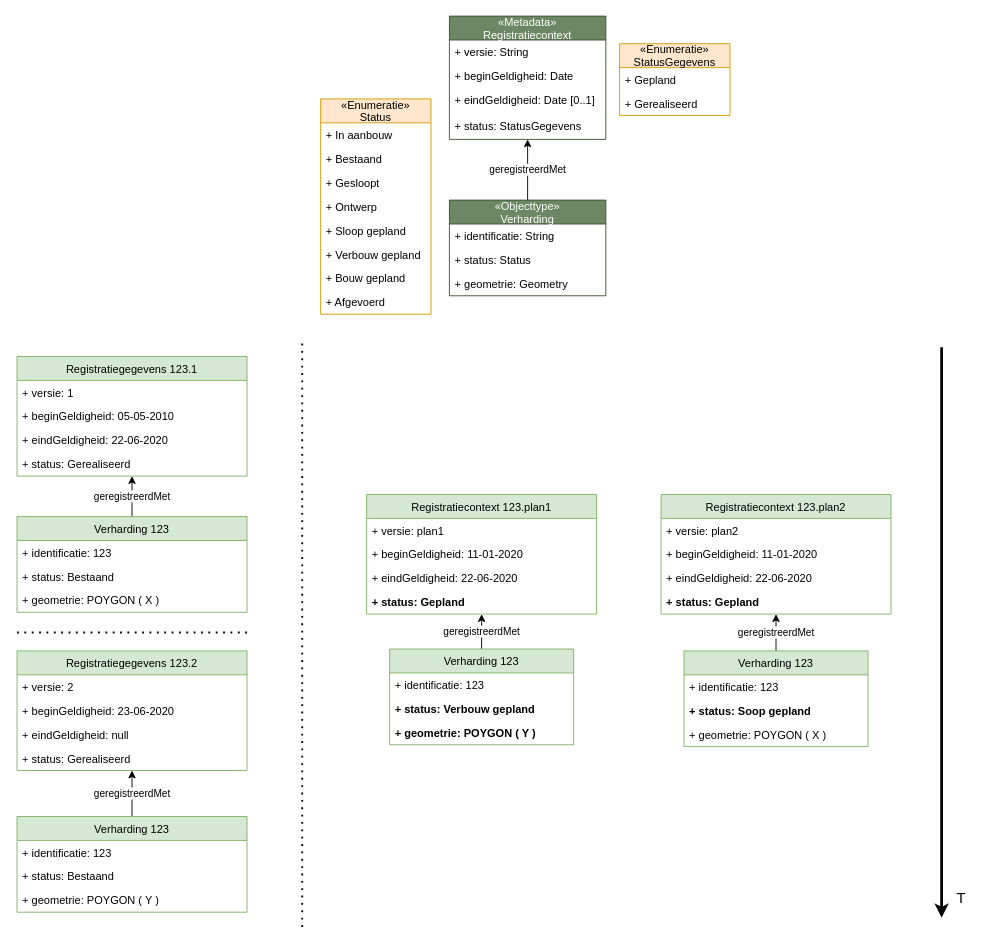
Before: issues/15-levensfasen/uitwerkingen/4-plan-als-context-info/4-plan-als-context-info.drawio in Geonovum/disgeo-imsor, a draw.io diagram. Source tidied: cells renumbered, new cells numbered last; positions are measured from the earlier drawing's top-left corner, leaving out a move shared by most shapes. Both pictures are drawn from the tidied source at 92%, with x=0, y=0 at pixel (17, 16).
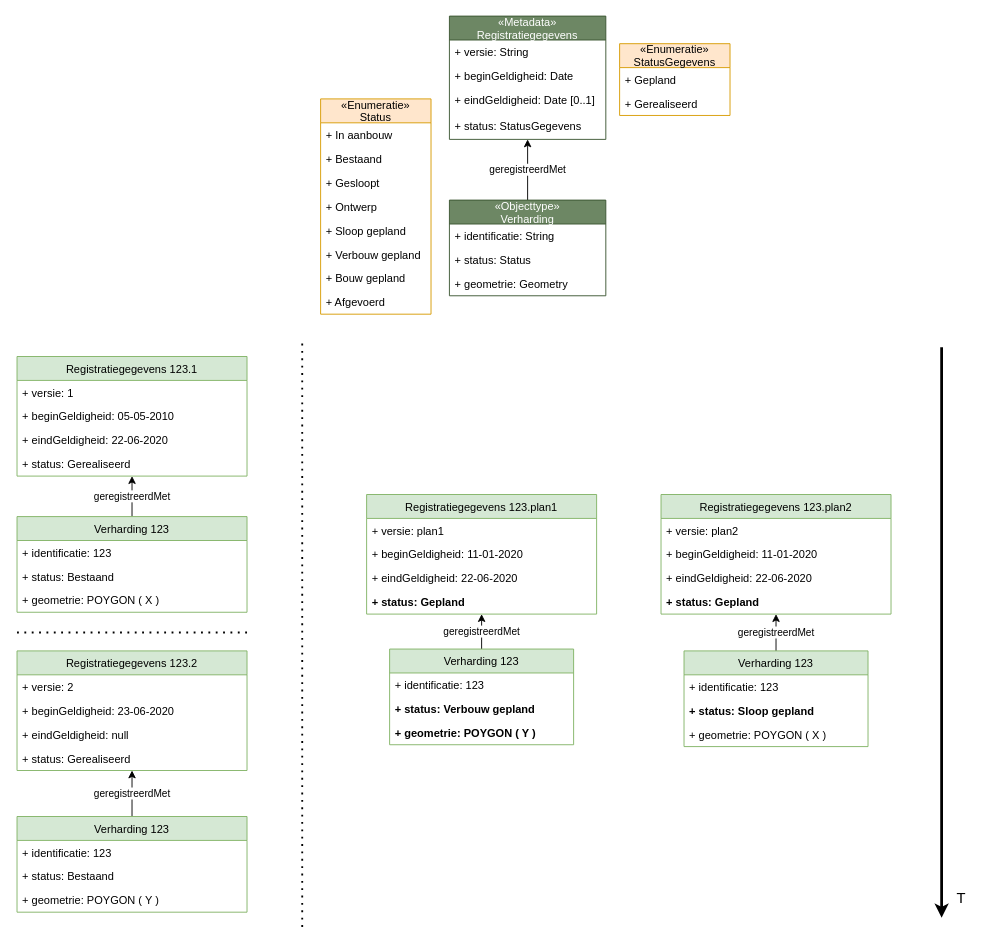
After the change.

The change refers to these unchanged cells:
```xml
<mxCell id="61" value="Verharding 123" style="swimlane;fontStyle=0;horizontal=1;startSize=26;fillColor=#d5e8d4;strokeColor=#82b366;" parent="1" vertex="1">
  <mxGeometry x="725" y="690" width="200" height="104" as="geometry" />
</mxCell>
```

Change to the diagram source:
```diff
@@
-    <mxCell id="7" value="«Metadata»&#10;Registratiecontext" style="swimlane;fontStyle=0;horizontal=1;startSize=26;fillColor=#6d8764;strokeColor=#3A5431;fontColor=#ffffff;" parent="1" vertex="1">
+    <mxCell id="7" value="«Metadata»&#10;Registratiegegevens" style="swimlane;fontStyle=0;horizontal=1;startSize=26;fillColor=#6d8764;strokeColor=#3A5431;fontColor=#ffffff;" parent="1" vertex="1">
       <mxGeometry x="470" width="170" height="134" as="geometry" />
     </mxCell>
@@
-    <mxCell id="50" value="Registratiecontext 123.plan1" style="swimlane;fontStyle=0;horizontal=1;startSize=26;fillColor=#d5e8d4;strokeColor=#82b366;" parent="1" vertex="1">
+    <mxCell id="50" value="Registratiegegevens 123.plan1" style="swimlane;fontStyle=0;horizontal=1;startSize=26;fillColor=#d5e8d4;strokeColor=#82b366;" parent="1" vertex="1">
       <mxGeometry x="380" y="520" width="250" height="130" as="geometry" />
     </mxCell>
@@
-    <mxCell id="55" value="Registratiecontext 123.plan2" style="swimlane;fontStyle=0;horizontal=1;startSize=26;fillColor=#d5e8d4;strokeColor=#82b366;" parent="1" vertex="1">
+    <mxCell id="55" value="Registratiegegevens 123.plan2" style="swimlane;fontStyle=0;horizontal=1;startSize=26;fillColor=#d5e8d4;strokeColor=#82b366;" parent="1" vertex="1">
       <mxGeometry x="700" y="520" width="250" height="130" as="geometry" />
     </mxCell>
@@
-    <mxCell id="63" value="+ status: Soop gepland" style="text;strokeColor=none;fillColor=none;align=left;verticalAlign=top;spacingLeft=4;spacingRight=4;overflow=hidden;fontStyle=1;" parent="61" vertex="1">
+    <mxCell id="63" value="+ status: Sloop gepland" style="text;strokeColor=none;fillColor=none;align=left;verticalAlign=top;spacingLeft=4;spacingRight=4;overflow=hidden;fontStyle=1;" parent="61" vertex="1">
       <mxGeometry y="52" width="200" height="26" as="geometry" />
     </mxCell>
```
